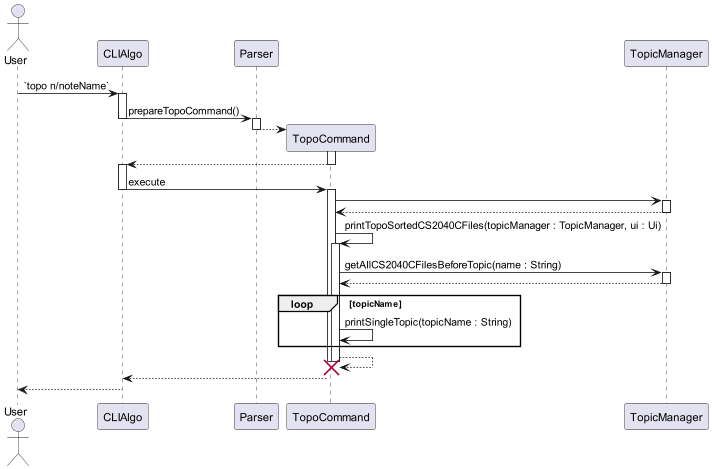
Earlier version of the PlantUML export docs/sequence/diagrams/TopoSort.png (ong-ck/tp). Source of this version:
```plantuml
@startuml

actor User as u
participant CLIAlgo as cli
participant Parser as p
participant TopoCommand as tc
participant TopicManager as tm

u -> cli : `topo n/noteName`
activate cli
cli -> p : prepareTopoCommand()
deactivate cli
activate p
p --> tc **
activate tc
deactivate p
tc --> cli
deactivate tc
activate cli
deactivate tc
cli -> tc : execute
deactivate cli
activate tc
tc -> tm
activate tm
tm --> tc
deactivate tm
tc -> tc : printTopoSortedCS2040CFiles(topicManager : TopicManager, ui : Ui)
activate tc
tc -> tm : getAllCS2040CFilesBeforeTopic(name : String)
activate tm
tm --> tc
deactivate tm
loop topicName
    tc -> tc : printSingleTopic(topicName : String)
end
tc --> tc
destroy tc
tc --> cli
cli --> u

@enduml
```
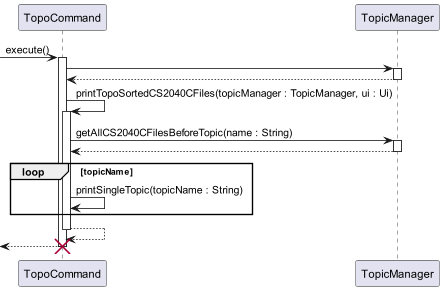
The same file after the commit.

Commit message:
Update TopoSort Sequence Diagram image in DeveloperGuide

Diff of the diagram source:
```diff
@@ -1,25 +1,9 @@
 @startuml
 
-actor User as u
-participant CLIAlgo as cli
-participant Parser as p
 participant TopoCommand as tc
 participant TopicManager as tm
 
-u -> cli : `topo n/noteName`
-activate cli
-cli -> p : prepareTopoCommand()
-deactivate cli
-activate p
-p --> tc **
-activate tc
-deactivate p
-tc --> cli
-deactivate tc
-activate cli
-deactivate tc
-cli -> tc : execute
-deactivate cli
+-> tc : execute()
 activate tc
 tc -> tm
 activate tm
@@ -35,8 +19,6 @@
     tc -> tc : printSingleTopic(topicName : String)
 end
 tc --> tc
-destroy tc
-tc --> cli
-cli --> u
-
+deactivate tc
+<-- tc !!
 @enduml
```
